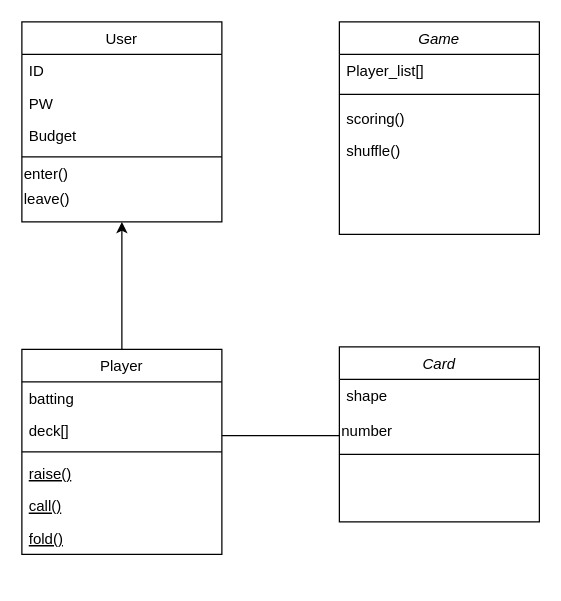
Above: class diagram_r.drawio in seonmin8284/Poker (draw.io), before the change. Source tidied: cells renumbered, new cells numbered last; positions are measured from the earlier drawing's top-left corner, leaving out a move shared by most shapes. Both pictures are drawn from the tidied source at 125%, with x=0, y=0 at pixel (21, 21).
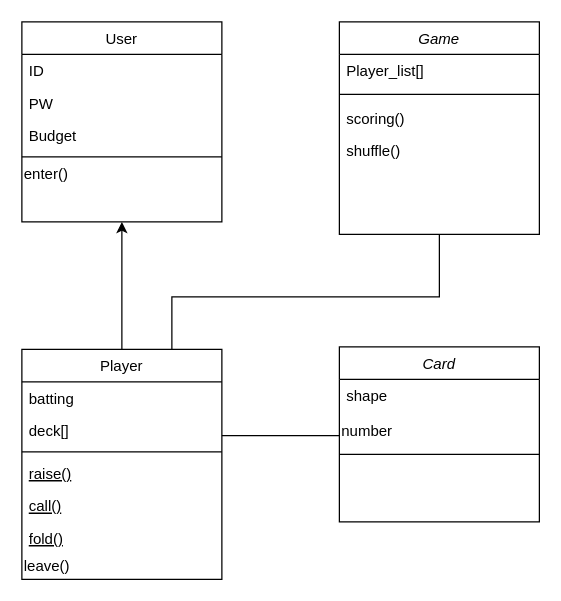
After the change.

Unchanged cells that the change refers to:
```xml
<mxCell id="15" value="Game" style="swimlane;fontStyle=2;align=center;verticalAlign=top;horizontal=1;startSize=26;rounded=0;shadow=0;strokeWidth=1;" parent="1" vertex="1">
  <mxGeometry x="254" width="160" height="170" as="geometry" />
</mxCell>
<mxCell id="20" value="User" style="swimlane;fontStyle=0;align=center;verticalAlign=top;horizontal=1;startSize=26;rounded=0;shadow=0;strokeWidth=1;" parent="1" vertex="1">
  <mxGeometry width="160" height="160" as="geometry" />
</mxCell>
```

Diff of the diagram source:
```diff
@@
     <mxCell id="7" value="Player" style="swimlane;fontStyle=0;align=center;verticalAlign=top;horizontal=1;startSize=26;rounded=0;shadow=0;strokeWidth=1;" parent="1" vertex="1">
-      <mxGeometry y="262" width="160" height="164" as="geometry" />
+      <mxGeometry y="262" width="160" height="184" as="geometry" />
     </mxCell>
@@
+    <mxCell id="26" value="leave()" style="text;html=1;align=left;verticalAlign=middle;strokeColor=none;fillColor=none;" parent="7" vertex="1">
+      <mxGeometry y="164" width="160" height="20" as="geometry" />
+    </mxCell>
@@
+    <mxCell id="27" style="edgeStyle=orthogonalEdgeStyle;rounded=0;jettySize=auto;html=1;entryX=0.75;entryY=0;entryDx=0;entryDy=0;endArrow=none;endFill=0;" parent="1" edge="1" source="15" target="7">
+      <mxGeometry relative="1" as="geometry">
+        <Array as="points">
+          <mxPoint x="334" y="220" />
+          <mxPoint x="120" y="220" />
+        </Array>
+      </mxGeometry>
+    </mxCell>
@@
-    <mxCell id="26" value="leave()" style="text;html=1;align=left;verticalAlign=middle;strokeColor=none;fillColor=none;" parent="20" vertex="1">
-      <mxGeometry y="132" width="160" height="20" as="geometry" />
-    </mxCell>
```
